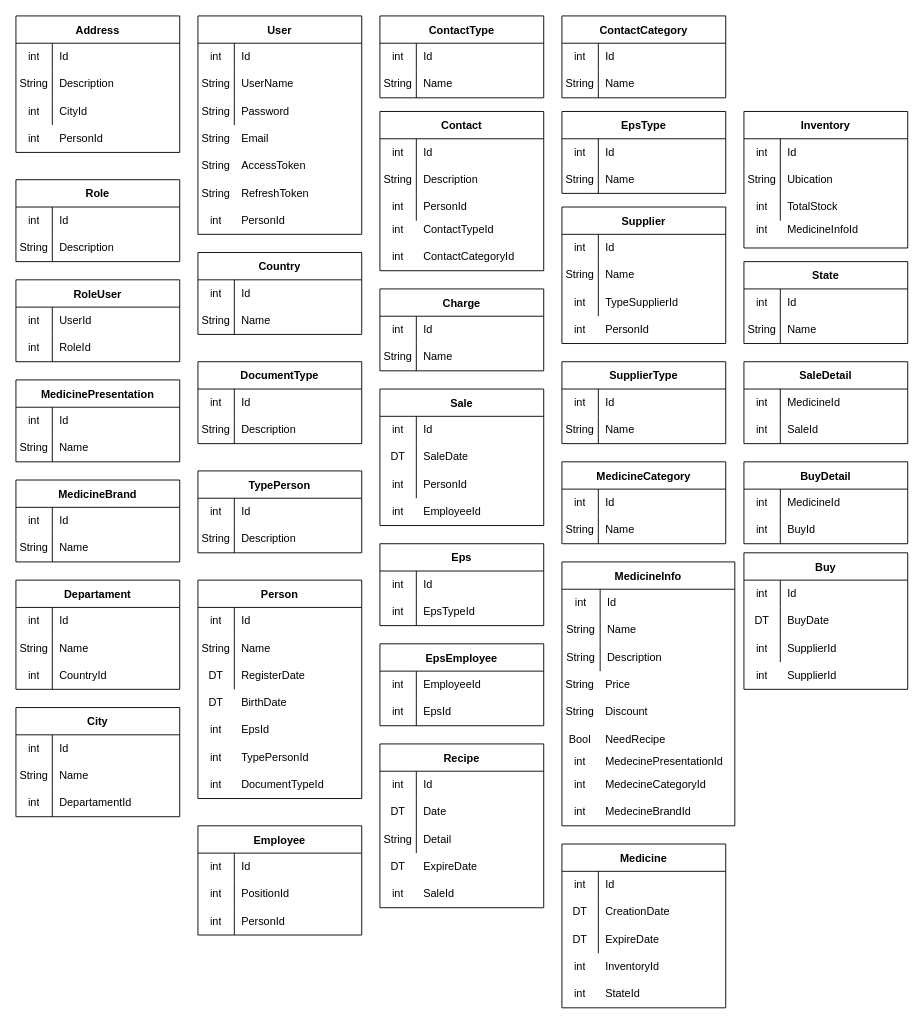
Above: db.drawio in CamiloHdez97/Umbrella-Farma (draw.io), before the change. Source tidied: cells renumbered, new cells numbered last; positions are measured from the earlier drawing's top-left corner, leaving out a move shared by most shapes. Both pictures are drawn from the tidied source at 91%, with x=0, y=0 at pixel (15, 15).
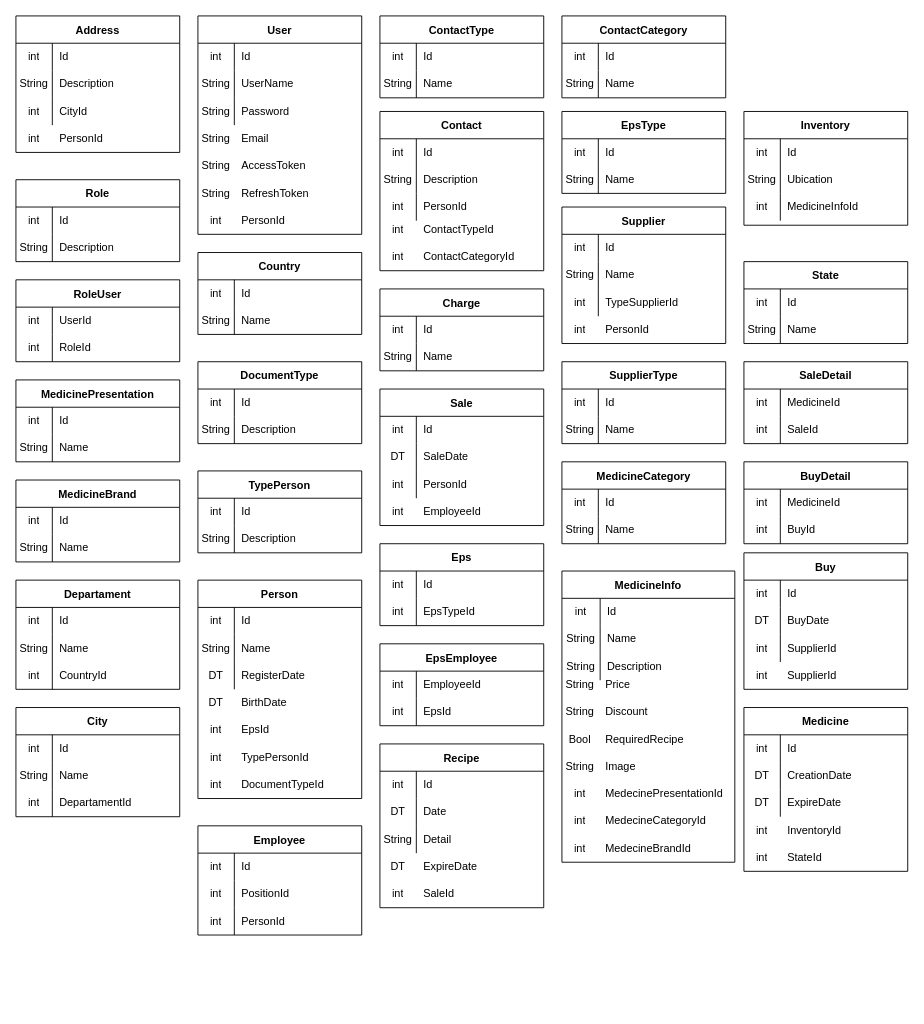
The same diagram, later.

The change refers to these unchanged cells:
```xml
<mxCell id="283" style="shape=tableRow;horizontal=0;startSize=0;swimlaneHead=0;swimlaneBody=0;top=0;left=0;bottom=0;right=0;fillColor=none;" parent="276" vertex="1">
  <mxGeometry y="90" width="180" height="30" as="geometry" />
</mxCell>
```

The edit, as a diff of the source:
```diff
@@
     <mxCell id="240" value="MedicineInfo" style="shape=table;startSize=30;childLayout=tableLayout;rowLines=0;fontStyle=1;" parent="1" vertex="1">
-      <mxGeometry x="600" y="600" width="190" height="290" as="geometry" />
+      <mxGeometry x="600" y="610" width="190" height="320" as="geometry" />
     </mxCell>
@@
-    <mxCell id="255" value="NeedRecipe" style="shape=partialRectangle;html=1;whiteSpace=wrap;fillColor=none;top=0;left=0;bottom=0;right=0;align=left;spacingLeft=6;overflow=hidden;" parent="1" vertex="1">
+    <mxCell id="255" value="RequiredRecipe" style="shape=partialRectangle;html=1;whiteSpace=wrap;fillColor=none;top=0;left=0;bottom=0;right=0;align=left;spacingLeft=6;overflow=hidden;" parent="1" vertex="1">
       <mxGeometry x="640" y="780" width="140" height="30" as="geometry" />
     </mxCell>
     <mxCell id="256" value="int" style="shape=partialRectangle;html=1;whiteSpace=wrap;fillColor=none;top=0;left=0;bottom=0;right=0;overflow=hidden;" parent="1" vertex="1">
-      <mxGeometry x="600" y="805" width="40" height="30" as="geometry" />
+      <mxGeometry x="600" y="840" width="40" height="30" as="geometry" />
     </mxCell>
     <mxCell id="257" value="MedecinePresentationId" style="shape=partialRectangle;html=1;whiteSpace=wrap;fillColor=none;top=0;left=0;bottom=0;right=0;align=left;spacingLeft=6;overflow=hidden;" parent="1" vertex="1">
-      <mxGeometry x="640" y="805" width="140" height="30" as="geometry" />
+      <mxGeometry x="640" y="840" width="140" height="30" as="geometry" />
     </mxCell>
     <mxCell id="258" value="int" style="shape=partialRectangle;html=1;whiteSpace=wrap;fillColor=none;top=0;left=0;bottom=0;right=0;overflow=hidden;" parent="1" vertex="1">
-      <mxGeometry x="600" y="830" width="40" height="30" as="geometry" />
+      <mxGeometry x="600" y="870" width="40" height="30" as="geometry" />
     </mxCell>
     <mxCell id="259" value="MedecineCategoryId" style="shape=partialRectangle;html=1;whiteSpace=wrap;fillColor=none;top=0;left=0;bottom=0;right=0;align=left;spacingLeft=6;overflow=hidden;" parent="1" vertex="1">
-      <mxGeometry x="640" y="830" width="140" height="30" as="geometry" />
+      <mxGeometry x="640" y="870" width="140" height="30" as="geometry" />
     </mxCell>
     <mxCell id="260" value="int" style="shape=partialRectangle;html=1;whiteSpace=wrap;fillColor=none;top=0;left=0;bottom=0;right=0;overflow=hidden;" parent="1" vertex="1">
-      <mxGeometry x="600" y="860" width="40" height="30" as="geometry" />
+      <mxGeometry x="600" y="900" width="40" height="30" as="geometry" />
     </mxCell>
     <mxCell id="261" value="MedecineBrandId" style="shape=partialRectangle;html=1;whiteSpace=wrap;fillColor=none;top=0;left=0;bottom=0;right=0;align=left;spacingLeft=6;overflow=hidden;" parent="1" vertex="1">
-      <mxGeometry x="640" y="860" width="140" height="30" as="geometry" />
+      <mxGeometry x="640" y="900" width="140" height="30" as="geometry" />
     </mxCell>
     <mxCell id="262" value="Medicine" style="shape=table;startSize=30;childLayout=tableLayout;rowLines=0;fontStyle=1;" parent="1" vertex="1">
-      <mxGeometry x="600" y="910" width="180" height="180" as="geometry" />
+      <mxGeometry x="800" y="760" width="180" height="180" as="geometry" />
     </mxCell>
@@
     <mxCell id="272" value="int" style="shape=partialRectangle;html=1;whiteSpace=wrap;fillColor=none;top=0;left=0;bottom=0;right=0;overflow=hidden;" parent="1" vertex="1">
-      <mxGeometry x="600" y="1030" width="40" height="30" as="geometry" />
+      <mxGeometry x="800" y="880" width="40" height="30" as="geometry" />
     </mxCell>
     <mxCell id="273" value="InventoryId" style="shape=partialRectangle;html=1;whiteSpace=wrap;fillColor=none;top=0;left=0;bottom=0;right=0;align=left;spacingLeft=6;overflow=hidden;" parent="1" vertex="1">
-      <mxGeometry x="640" y="1030" width="140" height="30" as="geometry" />
+      <mxGeometry x="840" y="880" width="140" height="30" as="geometry" />
     </mxCell>
     <mxCell id="274" value="int" style="shape=partialRectangle;html=1;whiteSpace=wrap;fillColor=none;top=0;left=0;bottom=0;right=0;overflow=hidden;" parent="1" vertex="1">
-      <mxGeometry x="600" y="1060" width="40" height="30" as="geometry" />
+      <mxGeometry x="800" y="910" width="40" height="30" as="geometry" />
     </mxCell>
     <mxCell id="275" value="StateId" style="shape=partialRectangle;html=1;whiteSpace=wrap;fillColor=none;top=0;left=0;bottom=0;right=0;align=left;spacingLeft=6;overflow=hidden;" parent="1" vertex="1">
-      <mxGeometry x="640" y="1060" width="140" height="30" as="geometry" />
+      <mxGeometry x="840" y="910" width="140" height="30" as="geometry" />
     </mxCell>
     <mxCell id="276" value="Inventory" style="shape=table;startSize=30;childLayout=tableLayout;rowLines=0;fontStyle=1;" parent="1" vertex="1">
-      <mxGeometry x="800" y="105" width="180" height="150" as="geometry" />
+      <mxGeometry x="800" y="105" width="180" height="125" as="geometry" />
     </mxCell>
@@
-    <mxCell id="285" value="TotalStock" style="shape=partialRectangle;html=1;whiteSpace=wrap;fillColor=none;top=0;left=0;bottom=0;right=0;align=left;spacingLeft=6;overflow=hidden;" parent="283" vertex="1">
+    <mxCell id="285" value="MedicineInfoId" style="shape=partialRectangle;html=1;whiteSpace=wrap;fillColor=none;top=0;left=0;bottom=0;right=0;align=left;spacingLeft=6;overflow=hidden;" parent="283" vertex="1">
       <mxGeometry x="40" width="140" height="30" as="geometry" />
     </mxCell>
-    <mxCell id="286" value="int" style="shape=partialRectangle;html=1;whiteSpace=wrap;fillColor=none;top=0;left=0;bottom=0;right=0;overflow=hidden;" parent="1" vertex="1">
-      <mxGeometry x="800" y="220" width="40" height="30" as="geometry" />
-    </mxCell>
-    <mxCell id="287" value="MedicineInfoId" style="shape=partialRectangle;html=1;whiteSpace=wrap;fillColor=none;top=0;left=0;bottom=0;right=0;align=left;spacingLeft=6;overflow=hidden;" parent="1" vertex="1">
+    <mxCell id="287" style="shape=partialRectangle;html=1;whiteSpace=wrap;fillColor=none;top=0;left=0;bottom=0;right=0;align=left;spacingLeft=6;overflow=hidden;" parent="1" vertex="1">
       <mxGeometry x="840" y="220" width="140" height="30" as="geometry" />
     </mxCell>
@@
+    <mxCell id="321" value="String" style="shape=partialRectangle;html=1;whiteSpace=wrap;fillColor=none;top=0;left=0;bottom=0;right=0;overflow=hidden;" parent="1" vertex="1">
+      <mxGeometry x="600" y="810" width="40" height="30" as="geometry" />
+    </mxCell>
+    <mxCell id="322" value="Image" style="shape=partialRectangle;html=1;whiteSpace=wrap;fillColor=none;top=0;left=0;bottom=0;right=0;align=left;spacingLeft=6;overflow=hidden;" parent="1" vertex="1">
+      <mxGeometry x="640" y="810" width="140" height="30" as="geometry" />
+    </mxCell>
```
